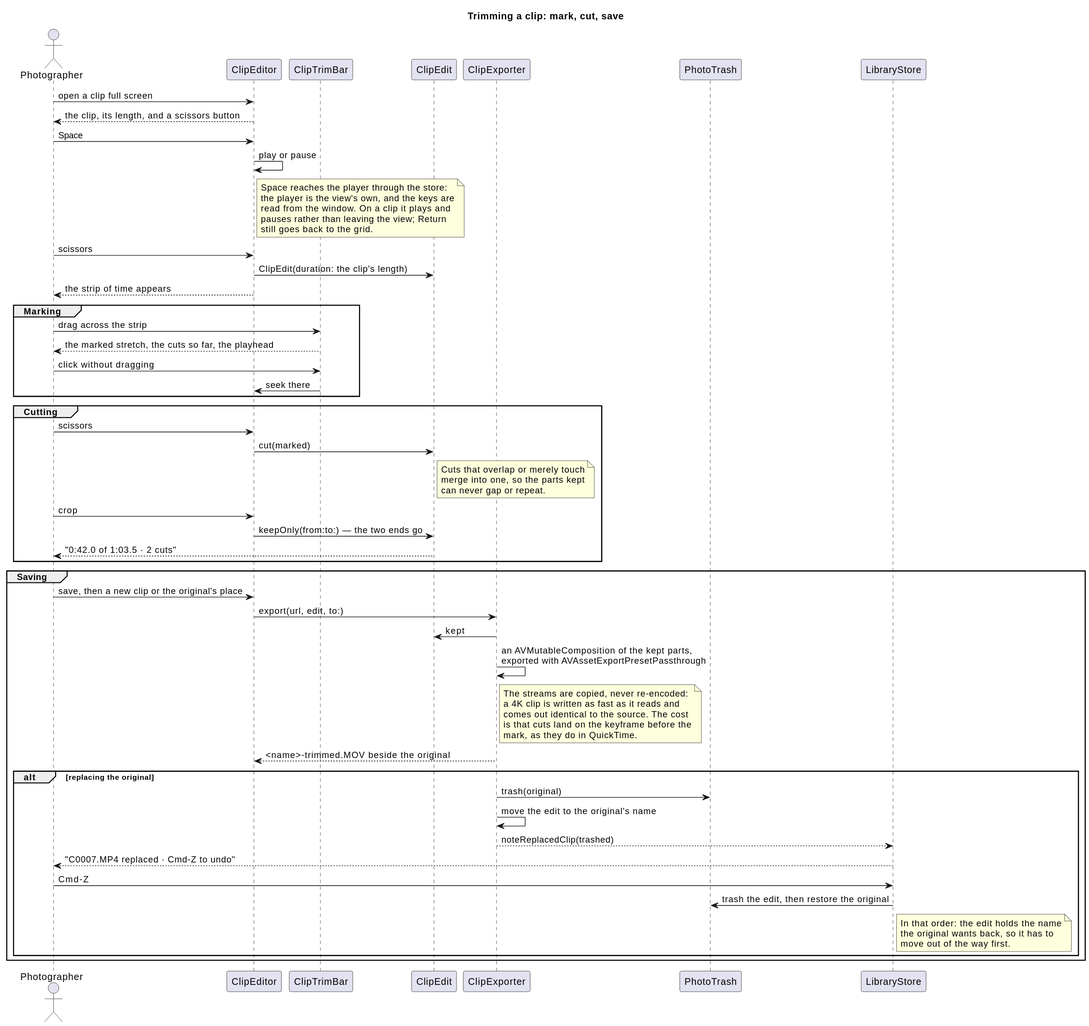
Earlier version of the PlantUML export docs/diagrams/trim-clip.svg (elcozy/culldash).
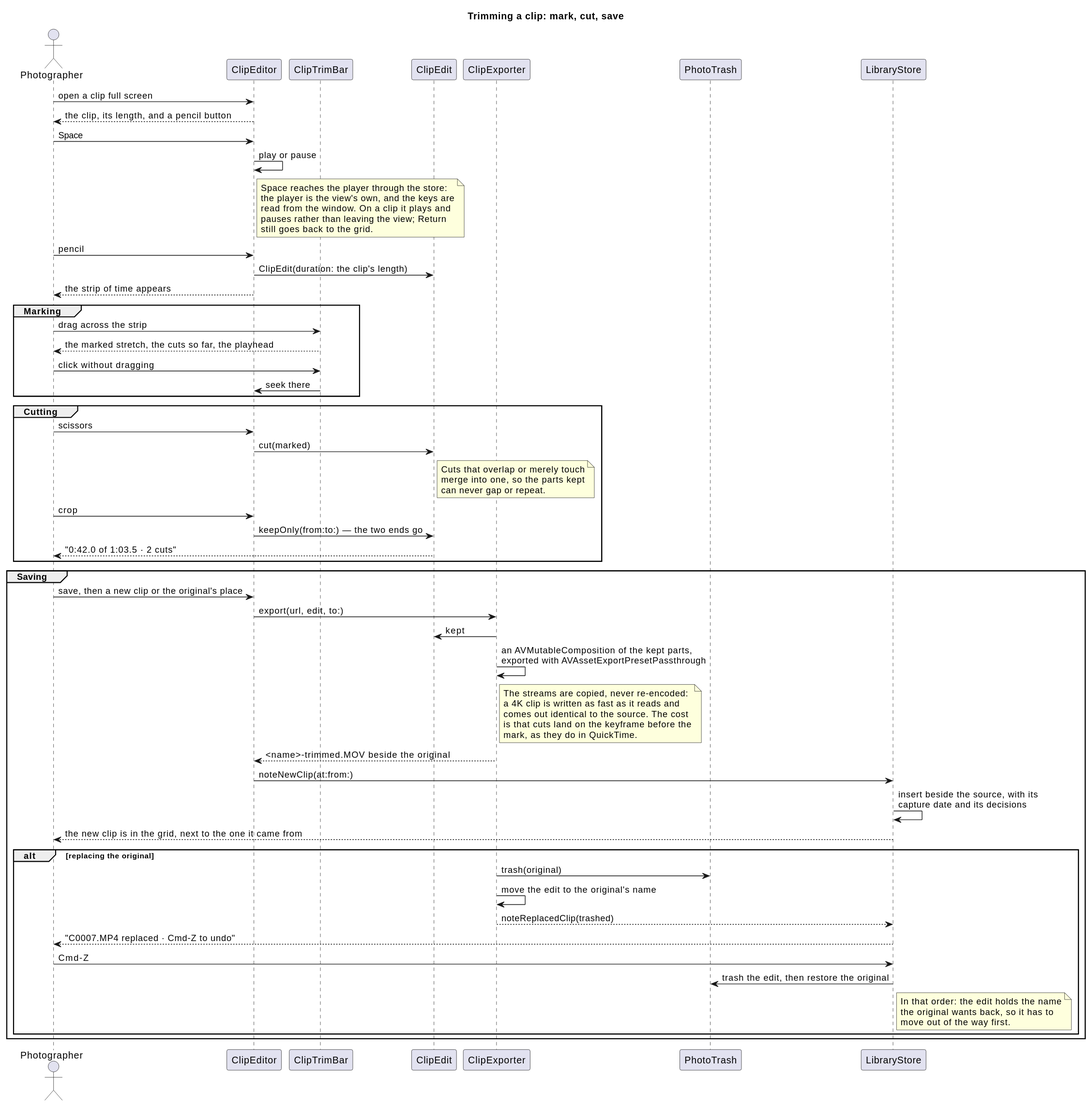
The same file after the commit.

Commit message:
Take the saved clip into the shoot, and fix the icons that stayed silent

Diff of the diagram source:
```diff
@@ -9,7 +9,7 @@
 participant LibraryStore as Store
 
 P -> Editor: open a clip full screen
-Editor --> P: the clip, its length, and a scissors button
+Editor --> P: the clip, its length, and a pencil button
 P -> Editor: Space
 Editor -> Editor: play or pause
 note right of Editor
@@ -20,7 +20,7 @@
   still goes back to the grid.
 end note
 
-P -> Editor: scissors
+P -> Editor: pencil
 Editor -> Edit: ClipEdit(duration: the clip's length)
 Editor --> P: the strip of time appears
 
@@ -57,6 +57,9 @@
     mark, as they do in QuickTime.
   end note
   Exporter --> Editor: <name>-trimmed.MOV beside the original
+  Editor -> Store: noteNewClip(at:from:)
+  Store -> Store: insert beside the source, with its\ncapture date and its decisions
+  Store --> P: the new clip is in the grid, next to the one it came from
 
   alt replacing the original
     Exporter -> Trash: trash(original)
```
